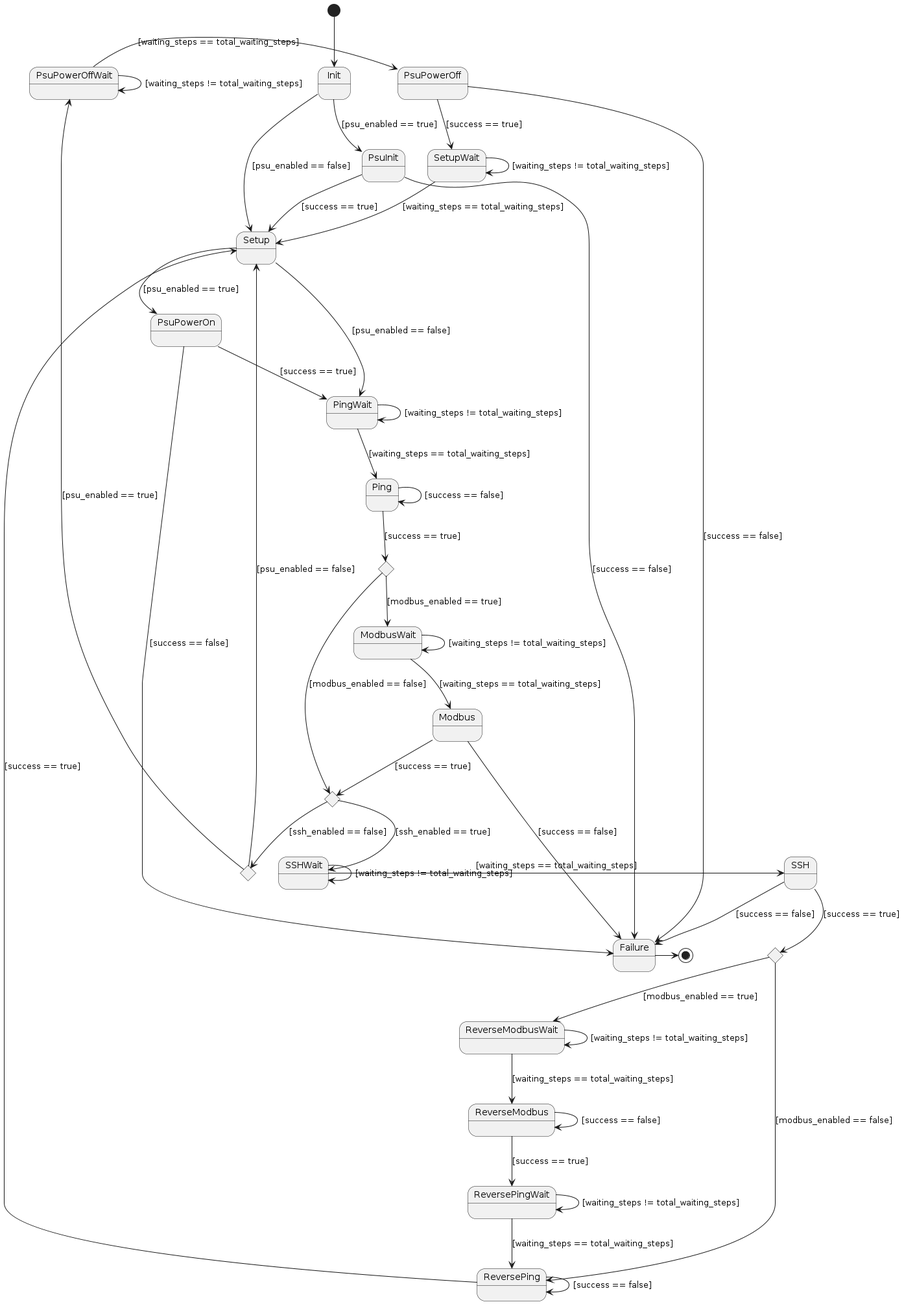
Earlier version of the PlantUML export assets/state_machine.png (pixsys-electronics/PowerSupplyCycleTool).
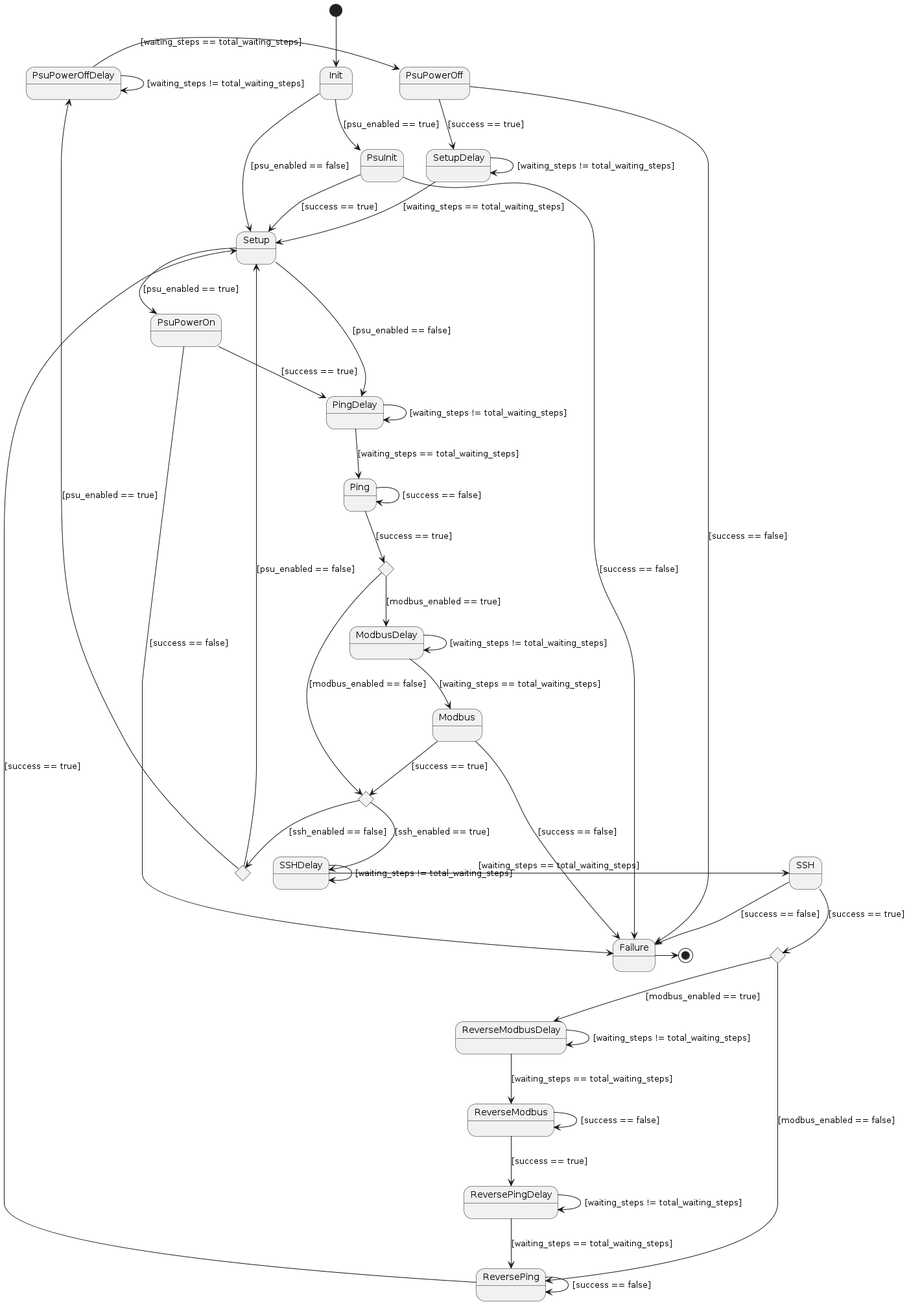
After the commit.

Commit message:
update state machine image

Diff of the diagram source:
```diff
@@ -7,16 +7,16 @@
 state PingDecision3 <<choice>>
 state SSHDecision <<choice>>
 
-PingDecision --> ModbusWait : [modbus_enabled == true]
+PingDecision --> ModbusDelay : [modbus_enabled == true]
 PingDecision --> PingDecision2 : [modbus_enabled == false]
 
-PingDecision2 --> SSHWait : [ssh_enabled == true]
+PingDecision2 --> SSHDelay : [ssh_enabled == true]
 PingDecision2 --> PingDecision3 : [ssh_enabled == false]
 
-PingDecision3 --> PsuPowerOffWait : [psu_enabled == true]
+PingDecision3 --> PsuPowerOffDelay : [psu_enabled == true]
 PingDecision3 --> Setup : [psu_enabled == false]
 
-SSHDecision --> ReverseModbusWait : [modbus_enabled == true]
+SSHDecision --> ReverseModbusDelay : [modbus_enabled == true]
 SSHDecision --> ReversePing : [modbus_enabled == false]
 
 Init --> PsuInit : [psu_enabled == true]
@@ -25,47 +25,47 @@
 PsuInit --> Setup : [success == true]
 PsuInit --> Failure : [success == false]
 
-SetupWait --> Setup : [waiting_steps == total_waiting_steps]
-SetupWait --> SetupWait : [waiting_steps != total_waiting_steps]
+SetupDelay --> Setup : [waiting_steps == total_waiting_steps]
+SetupDelay --> SetupDelay : [waiting_steps != total_waiting_steps]
 
 Setup --> PsuPowerOn : [psu_enabled == true]
-Setup --> PingWait : [psu_enabled == false]
+Setup --> PingDelay : [psu_enabled == false]
 
-PsuPowerOn --> PingWait : [success == true]
+PsuPowerOn --> PingDelay : [success == true]
 PsuPowerOn --> Failure : [success == false]
 
-PingWait --> Ping : [waiting_steps == total_waiting_steps]
-PingWait --> PingWait : [waiting_steps != total_waiting_steps]
+PingDelay --> Ping : [waiting_steps == total_waiting_steps]
+PingDelay --> PingDelay : [waiting_steps != total_waiting_steps]
 
-PsuPowerOffWait -> PsuPowerOff : [waiting_steps == total_waiting_steps]
-PsuPowerOffWait -> PsuPowerOffWait : [waiting_steps != total_waiting_steps]
+PsuPowerOffDelay -> PsuPowerOff : [waiting_steps == total_waiting_steps]
+PsuPowerOffDelay -> PsuPowerOffDelay : [waiting_steps != total_waiting_steps]
 
-PsuPowerOff --> SetupWait : [success == true]
+PsuPowerOff --> SetupDelay : [success == true]
 PsuPowerOff --> Failure : [success == false]
 
 Ping --> PingDecision : [success == true]
 Ping --> Ping: [success == false]
 
-ModbusWait --> Modbus : [waiting_steps == total_waiting_steps]
-ModbusWait --> ModbusWait : [waiting_steps != total_waiting_steps]
+ModbusDelay --> Modbus : [waiting_steps == total_waiting_steps]
+ModbusDelay --> ModbusDelay : [waiting_steps != total_waiting_steps]
 
 Modbus --> PingDecision2 : [success == true]
 Modbus --> Failure : [success == false]
 
-SSHWait -> SSH : [waiting_steps == total_waiting_steps]
-SSHWait -> SSHWait : [waiting_steps != total_waiting_steps]
+SSHDelay -> SSH : [waiting_steps == total_waiting_steps]
+SSHDelay -> SSHDelay : [waiting_steps != total_waiting_steps]
 
 SSH --> SSHDecision : [success == true]
 SSH --> Failure : [success == false]
 
-ReverseModbusWait --> ReverseModbus : [waiting_steps == total_waiting_steps]
-ReverseModbusWait --> ReverseModbusWait : [waiting_steps != total_waiting_steps]
+ReverseModbusDelay --> ReverseModbus : [waiting_steps == total_waiting_steps]
+ReverseModbusDelay --> ReverseModbusDelay : [waiting_steps != total_waiting_steps]
 
 ReverseModbus --> ReverseModbus : [success == false]
-ReverseModbus --> ReversePingWait : [success == true]
+ReverseModbus --> ReversePingDelay : [success == true]
 
-ReversePingWait --> ReversePing : [waiting_steps == total_waiting_steps]
-ReversePingWait --> ReversePingWait : [waiting_steps != total_waiting_steps]
+ReversePingDelay --> ReversePing : [waiting_steps == total_waiting_steps]
+ReversePingDelay --> ReversePingDelay : [waiting_steps != total_waiting_steps]
 
 ReversePing --> ReversePing : [success == false]
 ReversePing --> Setup : [success == true]
```
